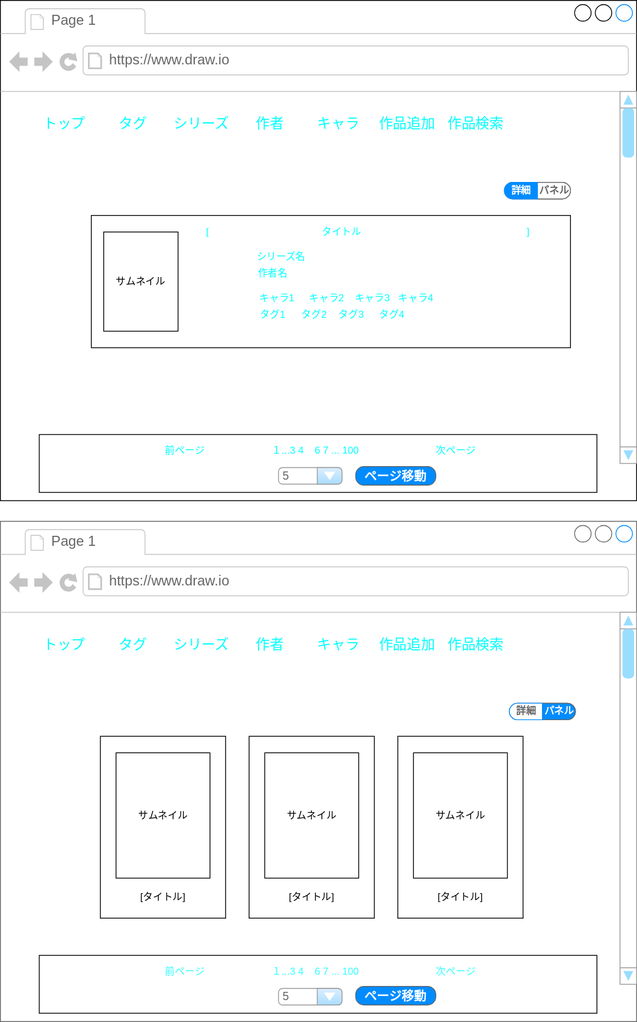
Above: doc/design/page/top.drawio.svg in hachimitu22/MangaViewer (draw.io), before the change. Source tidied: cells renumbered, new cells last; positions are measured from the earlier drawing's top-left corner, leaving out a move shared by most shapes.
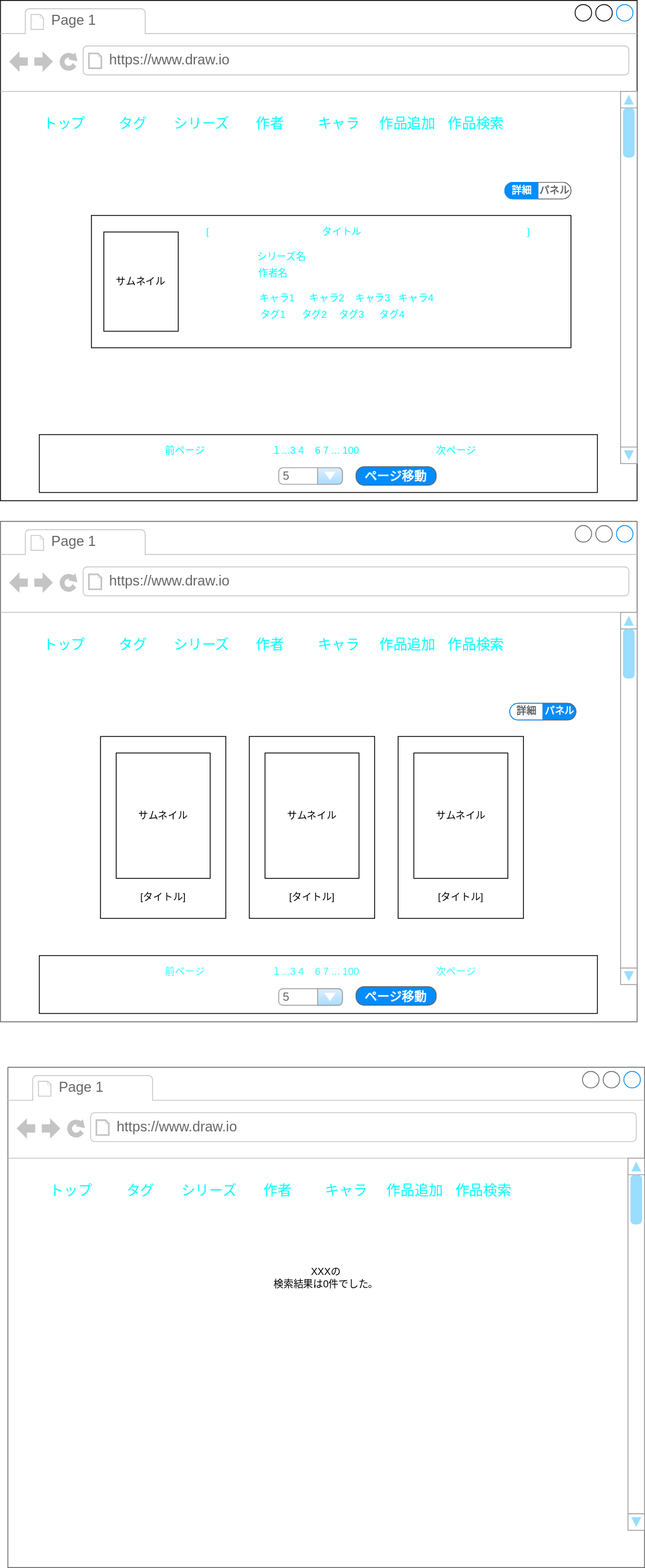
Above is the later version.

Commit message:
トップページの検索結果0件の画面レイアウトを作成

Diff of the diagram source:
```diff
@@ -240,5 +240,47 @@
     <mxCell id="79" value="詳細" style="strokeWidth=1;shadow=0;dashed=0;align=center;html=1;shape=mxgraph.mockup.leftButton;rSize=10;fontSize=12;fontColor=#666666;fontStyle=1;fillColor=#FFFFFF;strokeColor=#008cff;" parent="77" vertex="1">
       <mxGeometry width="40" height="20" relative="1" as="geometry" />
     </mxCell>
+    <mxCell id="80" style="group;" parent="1" vertex="1">
+      <mxGeometry x="9" y="1290" width="770" height="605" as="geometry" />
+    </mxCell>
+    <mxCell id="81" style="strokeWidth=1;shadow=0;dashed=0;align=center;html=1;shape=mxgraph.mockup.containers.browserWindow;rSize=0;strokeColor=#666666;strokeColor2=#008cff;strokeColor3=#c4c4c4;mainText=,;" parent="80" vertex="1">
+      <mxGeometry width="770" height="605" as="geometry" />
+    </mxCell>
+    <mxCell id="82" value="Page 1" style="strokeWidth=1;shadow=0;dashed=0;align=center;html=1;shape=mxgraph.mockup.containers.anchor;fontSize=17;fontColor=#666666;align=left;" parent="81" vertex="1">
+      <mxGeometry x="60" y="12" width="110" height="26" as="geometry" />
+    </mxCell>
+    <mxCell id="83" value="https://www.draw.io" style="strokeWidth=1;shadow=0;dashed=0;align=center;html=1;shape=mxgraph.mockup.containers.anchor;rSize=0;fontSize=17;fontColor=#666666;align=left;" parent="81" vertex="1">
+      <mxGeometry x="130" y="60" width="250" height="26" as="geometry" />
+    </mxCell>
+    <mxCell id="84" style="verticalLabelPosition=bottom;shadow=0;dashed=0;align=center;html=1;verticalAlign=top;strokeWidth=1;shape=mxgraph.mockup.navigation.scrollBar;strokeColor=#999999;barPos=100;fillColor2=#99ddff;strokeColor2=none;direction=north;" parent="81" vertex="1">
+      <mxGeometry x="750" y="110" width="20" height="450" as="geometry" />
+    </mxCell>
+    <mxCell id="85" style="group;" parent="81" vertex="1">
+      <mxGeometry x="35" y="135" width="581" height="30" as="geometry" />
+    </mxCell>
+    <mxCell id="86" value="タグ" style="strokeColor=inherit;fillColor=inherit;gradientColor=inherit;strokeWidth=1;shadow=0;dashed=0;align=center;html=1;shape=mxgraph.mockup.forms.rrect;rSize=0;fontSize=17;fontColor=#00FFFF;" parent="85" vertex="1">
+      <mxGeometry x="83" width="83" height="30" as="geometry" />
+    </mxCell>
+    <mxCell id="87" value="トップ" style="strokeColor=inherit;fillColor=inherit;gradientColor=inherit;strokeWidth=1;shadow=0;dashed=0;align=center;html=1;shape=mxgraph.mockup.forms.rrect;rSize=0;fontSize=17;fontColor=#00FFFF;" parent="85" vertex="1">
+      <mxGeometry width="83" height="30" as="geometry" />
+    </mxCell>
+    <mxCell id="88" value="シリーズ" style="strokeColor=inherit;fillColor=inherit;gradientColor=inherit;strokeWidth=1;shadow=0;dashed=0;align=center;html=1;shape=mxgraph.mockup.forms.rrect;rSize=0;fontSize=17;fontColor=#00FFFF;" parent="85" vertex="1">
+      <mxGeometry x="166" width="83" height="30" as="geometry" />
+    </mxCell>
+    <mxCell id="89" value="作者" style="strokeColor=inherit;fillColor=inherit;gradientColor=inherit;strokeWidth=1;shadow=0;dashed=0;align=center;html=1;shape=mxgraph.mockup.forms.rrect;rSize=0;fontSize=17;fontColor=#00FFFF;" parent="85" vertex="1">
+      <mxGeometry x="249" width="83" height="30" as="geometry" />
+    </mxCell>
+    <mxCell id="90" value="作品追加" style="strokeColor=inherit;fillColor=inherit;gradientColor=inherit;strokeWidth=1;shadow=0;dashed=0;align=center;html=1;shape=mxgraph.mockup.forms.rrect;rSize=0;fontSize=17;fontColor=#00FFFF;" parent="85" vertex="1">
+      <mxGeometry x="415" width="83" height="30" as="geometry" />
+    </mxCell>
+    <mxCell id="91" value="キャラ" style="strokeColor=inherit;fillColor=inherit;gradientColor=inherit;strokeWidth=1;shadow=0;dashed=0;align=center;html=1;shape=mxgraph.mockup.forms.rrect;rSize=0;fontSize=17;fontColor=#00FFFF;" parent="85" vertex="1">
+      <mxGeometry x="332" width="83" height="30" as="geometry" />
+    </mxCell>
+    <mxCell id="92" value="作品検索" style="strokeColor=inherit;fillColor=inherit;gradientColor=inherit;strokeWidth=1;shadow=0;dashed=0;align=center;html=1;shape=mxgraph.mockup.forms.rrect;rSize=0;fontSize=17;fontColor=#00FFFF;" parent="85" vertex="1">
+      <mxGeometry x="498" width="83" height="30" as="geometry" />
+    </mxCell>
+    <mxCell id="93" value="XXXの&lt;br&gt;検索結果は0件でした。" style="text;html=1;strokeColor=none;fillColor=none;align=center;verticalAlign=middle;whiteSpace=wrap;rounded=0;" parent="81" vertex="1">
+      <mxGeometry x="195.8" y="240" width="378.4" height="30" as="geometry" />
+    </mxCell>
   </root>
 </mxGraphModel>
```
